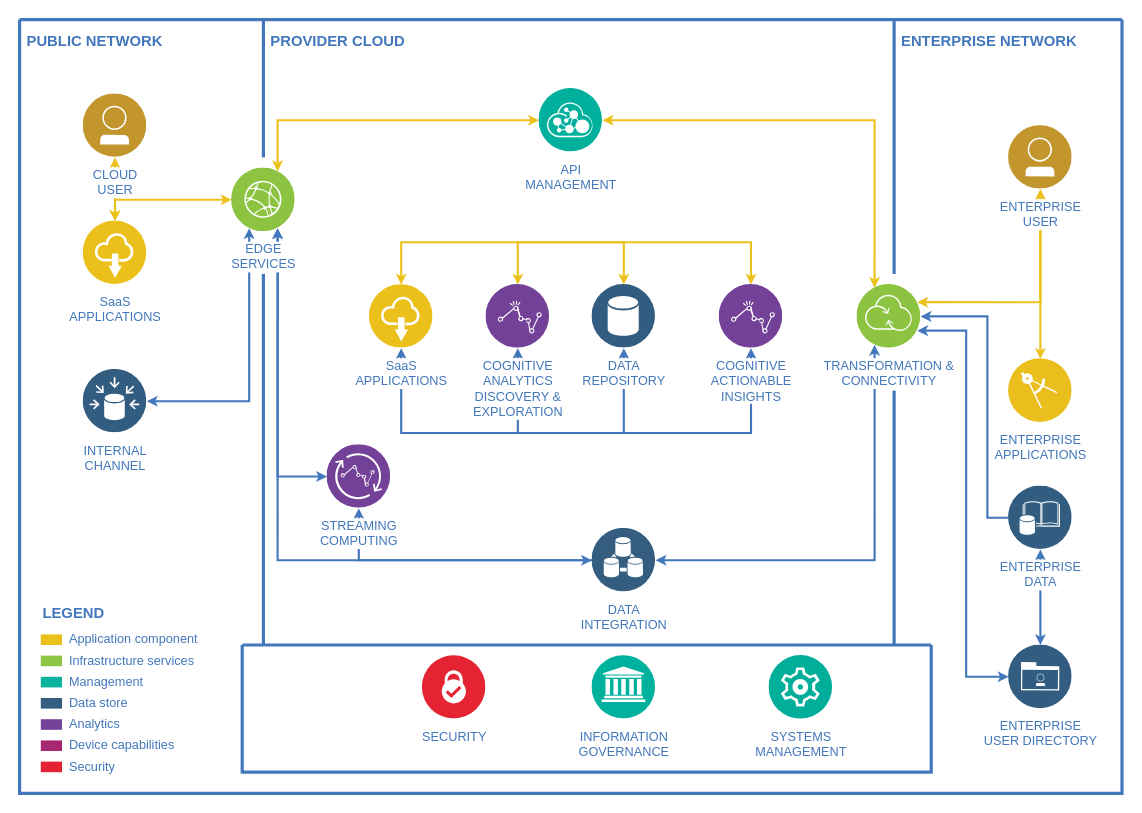
Before: documents/未命名绘图.drawio in F46886799/springboot-in-action, a draw.io diagram. Source tidied: cells renumbered, new cells numbered last; positions are measured from the earlier drawing's top-left corner, leaving out a move shared by most shapes. Both pictures are drawn from the tidied source at 106%, with x=0, y=0 at pixel (19, 19).
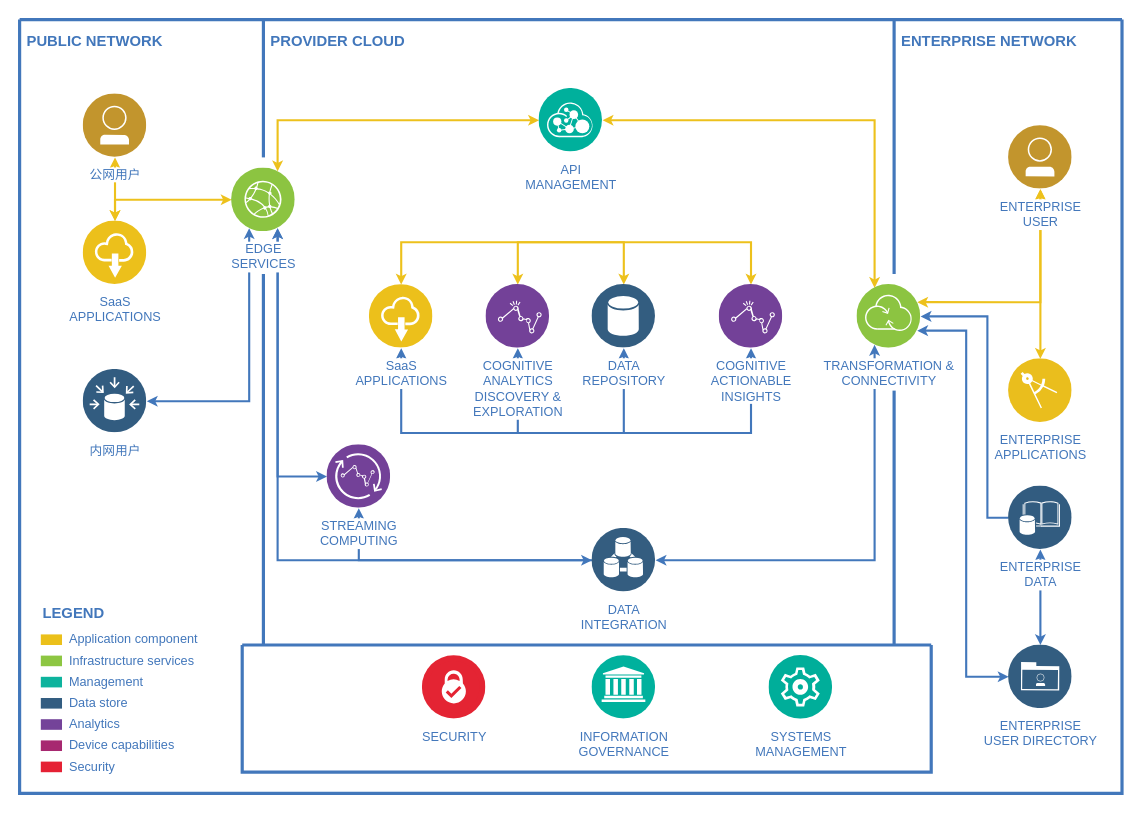
The same diagram, later.

Commit message (it also covers changes not shown here):
更新未命名绘图.drawio

Unchanged cells that the change refers to:
```xml
<mxCell id="2" style="swimlane;shadow=0;strokeColor=#4277BB;fillColor=#ffffff;fontColor=none;align=right;startSize=0;noLabel=1;strokeWidth=3;" parent="1" vertex="1">
  <mxGeometry width="1040" height="730" as="geometry" />
</mxCell>
```

Diff of the diagram source:
```diff
@@
-    <mxCell id="20" value="CLOUD&lt;div&gt;USER&lt;/div&gt;" style="perimeter=ellipsePerimeter;html=1;align=center;shadow=0;dashed=0;image;image=img/lib/ibm/users/user.svg;strokeColor=#FF0000;fillColor=#FFFF66;gradientColor=none;fontColor=#4277BB;labelBackgroundColor=#ffffff;fontSize=12;spacingTop=3;" parent="2" vertex="1">
+    <mxCell id="20" value="公网用户" style="perimeter=ellipsePerimeter;html=1;align=center;shadow=0;dashed=0;image;image=img/lib/ibm/users/user.svg;strokeColor=#FF0000;fillColor=#FFFF66;gradientColor=none;fontColor=#4277BB;labelBackgroundColor=#ffffff;fontSize=12;spacingTop=3;" parent="2" vertex="1">
       <mxGeometry x="60" y="70" width="60" height="60" as="geometry" />
     </mxCell>
@@
-    <mxCell id="23" value="INTERNAL&lt;div&gt;CHANNEL&lt;/div&gt;" style="perimeter=ellipsePerimeter;html=1;align=center;shadow=0;dashed=0;image;image=img/lib/ibm/data/data_sources.svg;strokeColor=#FF0000;fillColor=#FFFF66;gradientColor=none;fontColor=#4277BB;labelBackgroundColor=#ffffff;spacingTop=3;" parent="2" vertex="1">
+    <mxCell id="23" value="内网用户" style="perimeter=ellipsePerimeter;html=1;align=center;shadow=0;dashed=0;image;image=img/lib/ibm/data/data_sources.svg;strokeColor=#FF0000;fillColor=#FFFF66;gradientColor=none;fontColor=#4277BB;labelBackgroundColor=#ffffff;spacingTop=3;" parent="2" vertex="1">
       <mxGeometry x="60" y="330" width="60" height="60" as="geometry" />
     </mxCell>
```
